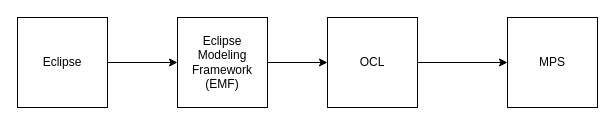
The draw.io diagram UML/Untitled Diagram.drawio in Wisdom-Kalu/CloudEdgeFogModelling, before the edit. Source tidied: cells renumbered, new cells numbered last; positions are measured from the earlier drawing's top-left corner, leaving out a move shared by most shapes. Both pictures are drawn from the tidied source at 100%, with x=0, y=0 at pixel (17, 17).
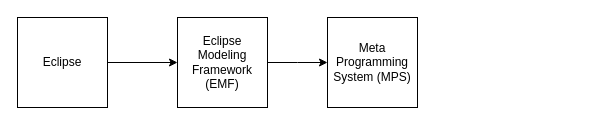
The same diagram, later.

Commit message:
Cloud-edge-fog-tech

What changed in the source:
```diff
@@
 <mxGraphModel>
   <root>
     <mxCell id="0" />
     <mxCell id="1" parent="0" />
     <mxCell id="2" style="edgeStyle=orthogonalEdgeStyle;rounded=0;jettySize=auto;html=1;" parent="1" edge="1" source="3" target="5">
       <mxGeometry relative="1" as="geometry" />
     </mxCell>
     <mxCell id="3" value="Eclipse" style="whiteSpace=wrap;html=1;" parent="1" vertex="1">
       <mxGeometry width="90" height="90" as="geometry" />
     </mxCell>
-    <mxCell id="4" style="edgeStyle=orthogonalEdgeStyle;rounded=0;jettySize=auto;html=1;" parent="1" edge="1" source="5" target="7">
-      <mxGeometry relative="1" as="geometry" />
+    <mxCell id="4" style="edgeStyle=orthogonalEdgeStyle;rounded=0;jettySize=auto;html=1;" parent="1" edge="1" source="5">
+      <mxGeometry relative="1" as="geometry">
+        <mxPoint x="310" y="45" as="targetPoint" />
+      </mxGeometry>
     </mxCell>
     <mxCell id="5" value="Eclipse Modeling Framework (EMF)" style="whiteSpace=wrap;html=1;" parent="1" vertex="1">
       <mxGeometry x="160" width="90" height="90" as="geometry" />
     </mxCell>
-    <mxCell id="6" style="edgeStyle=orthogonalEdgeStyle;rounded=0;jettySize=auto;html=1;entryX=0;entryY=0.5;entryDx=0;entryDy=0;" parent="1" edge="1" source="7" target="8">
-      <mxGeometry relative="1" as="geometry" />
-    </mxCell>
-    <mxCell id="7" value="OCL" style="whiteSpace=wrap;html=1;" parent="1" vertex="1">
-      <mxGeometry x="310" width="90" height="90" as="geometry" />
-    </mxCell>
-    <mxCell id="8" value="MPS" style="whiteSpace=wrap;html=1;" parent="1" vertex="1">
-      <mxGeometry x="490" width="90" height="90" as="geometry" />
+    <mxCell id="8" value="Meta Programming System (MPS)" style="whiteSpace=wrap;html=1;" parent="1" vertex="1">
+      <mxGeometry x="310" width="90" height="90" as="geometry" />
     </mxCell>
   </root>
 </mxGraphModel>
```
